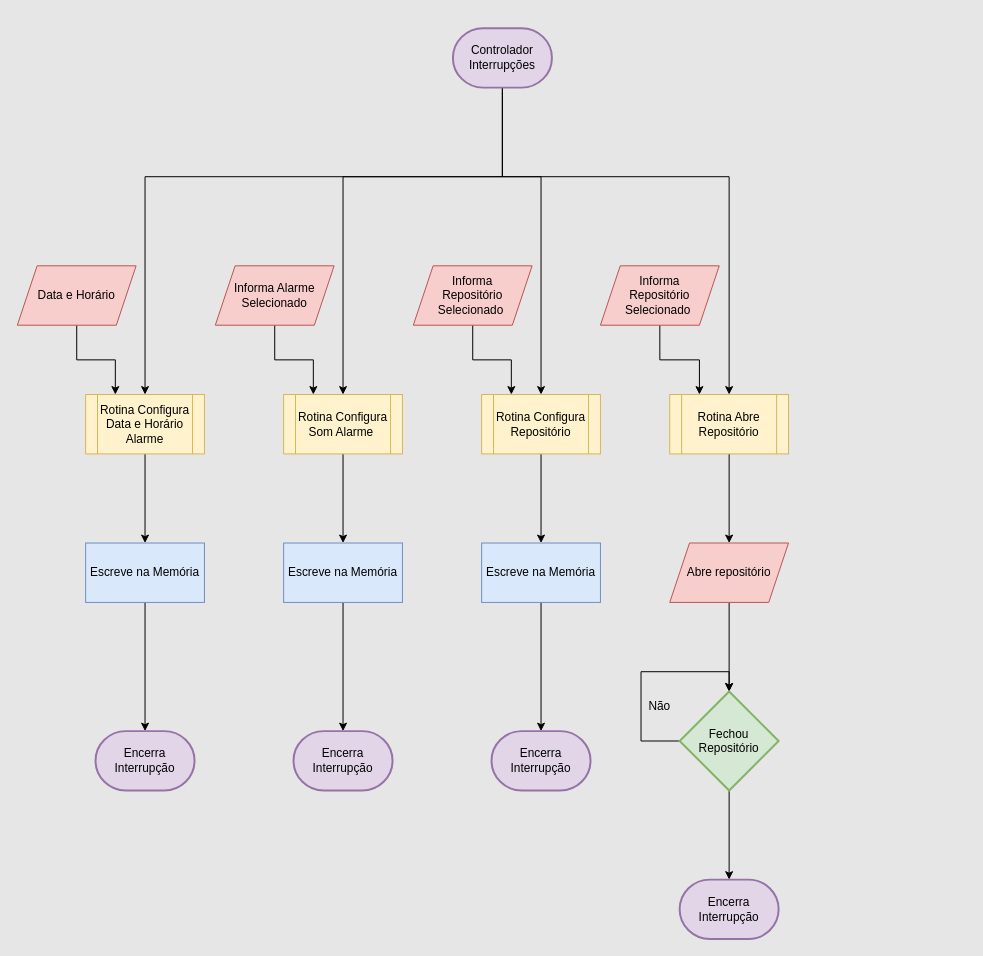
Above: 2022.2/caixaDeRemedio/Configuração_horarioedata_alarme.drawio in vm-bertini/ea075-2023.1 (draw.io), before the change. Source tidied: cells renumbered, new cells numbered last; positions are measured from the earlier drawing's top-left corner, leaving out a move shared by most shapes. Both pictures are drawn from the tidied source at 99%, with x=0, y=0 at pixel (17, 28).
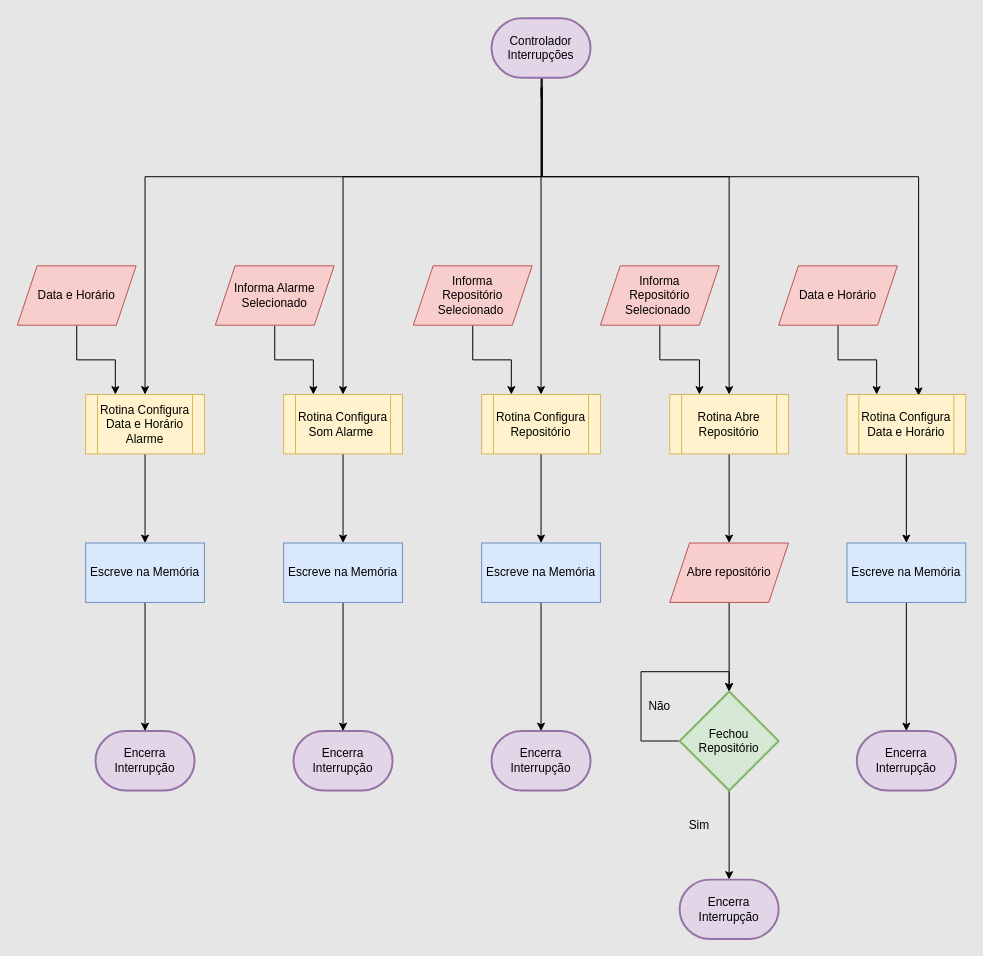
Above is the later version.

Unchanged cells that the change refers to:
```xml
<mxCell id="7" value="Rotina Configura Data e Horário Alarme" style="shape=process;whiteSpace=wrap;html=1;backgroundOutline=1;fillColor=#fff2cc;strokeColor=#d6b656;" parent="1" vertex="1">
  <mxGeometry x="69" y="370" width="120" height="60" as="geometry" />
</mxCell>
<mxCell id="9" value="Rotina Abre Repositório" style="shape=process;whiteSpace=wrap;html=1;backgroundOutline=1;fillColor=#fff2cc;strokeColor=#d6b656;" parent="1" vertex="1">
  <mxGeometry x="659" y="370" width="120" height="60" as="geometry" />
</mxCell>
<mxCell id="11" value="Rotina Configura Repositório" style="shape=process;whiteSpace=wrap;html=1;backgroundOutline=1;fillColor=#fff2cc;strokeColor=#d6b656;" parent="1" vertex="1">
  <mxGeometry x="469" y="370" width="120" height="60" as="geometry" />
</mxCell>
<mxCell id="13" value="Rotina Configura Som Alarme&amp;nbsp;" style="shape=process;whiteSpace=wrap;html=1;backgroundOutline=1;fillColor=#fff2cc;strokeColor=#d6b656;" parent="1" vertex="1">
  <mxGeometry x="269" y="370" width="120" height="60" as="geometry" />
</mxCell>
```

What changed in the source:
```diff
@@
     <mxCell id="2" style="edgeStyle=orthogonalEdgeStyle;rounded=0;jettySize=auto;html=1;exitX=0.5;exitY=1;exitDx=0;exitDy=0;entryX=0.5;entryY=0;entryDx=0;entryDy=0;exitPerimeter=0;" parent="1" edge="1" source="31" target="13">
       <mxGeometry relative="1" as="geometry">
         <Array as="points">
-          <mxPoint x="490" y="150" />
+          <mxPoint x="529" y="150" />
           <mxPoint x="329" y="150" />
         </Array>
       </mxGeometry>
     </mxCell>
     <mxCell id="3" style="edgeStyle=orthogonalEdgeStyle;rounded=0;jettySize=auto;html=1;entryX=0.5;entryY=0;entryDx=0;entryDy=0;" parent="1" edge="1" target="11">
       <mxGeometry relative="1" as="geometry">
-        <mxPoint x="490" y="60" as="sourcePoint" />
+        <mxPoint x="529" y="70" as="sourcePoint" />
         <Array as="points">
-          <mxPoint x="490" y="60" />
-          <mxPoint x="490" y="150" />
+          <mxPoint x="530" y="60" />
+          <mxPoint x="530" y="150" />
           <mxPoint x="529" y="150" />
         </Array>
       </mxGeometry>
     </mxCell>
     <mxCell id="4" style="edgeStyle=orthogonalEdgeStyle;rounded=0;jettySize=auto;html=1;entryX=0.5;entryY=0;entryDx=0;entryDy=0;" parent="1" edge="1" target="9">
       <mxGeometry relative="1" as="geometry">
-        <mxPoint x="490" y="60" as="sourcePoint" />
+        <mxPoint x="530" y="60" as="sourcePoint" />
         <Array as="points">
-          <mxPoint x="490" y="60" />
-          <mxPoint x="490" y="150" />
+          <mxPoint x="530" y="60" />
+          <mxPoint x="530" y="150" />
           <mxPoint x="719" y="150" />
         </Array>
       </mxGeometry>
     </mxCell>
     <mxCell id="5" style="edgeStyle=orthogonalEdgeStyle;rounded=0;jettySize=auto;html=1;exitX=0.5;exitY=1;exitDx=0;exitDy=0;exitPerimeter=0;" parent="1" edge="1" source="31" target="7">
       <mxGeometry relative="1" as="geometry">
         <Array as="points">
-          <mxPoint x="490" y="150" />
+          <mxPoint x="530" y="50" />
+          <mxPoint x="530" y="150" />
           <mxPoint x="129" y="150" />
         </Array>
       </mxGeometry>
     </mxCell>
@@
+    <mxCell id="39" style="edgeStyle=orthogonalEdgeStyle;rounded=0;jettySize=auto;html=1;exitX=0.5;exitY=1;exitDx=0;exitDy=0;exitPerimeter=0;entryX=0.603;entryY=0.023;entryDx=0;entryDy=0;entryPerimeter=0;" parent="1" edge="1" source="31" target="42">
+      <mxGeometry relative="1" as="geometry">
+        <Array as="points">
+          <mxPoint x="530" y="50" />
+          <mxPoint x="530" y="150" />
+          <mxPoint x="910" y="150" />
+        </Array>
+      </mxGeometry>
+    </mxCell>
     <mxCell id="31" value="Controlador Interrupções" style="strokeWidth=2;html=1;shape=mxgraph.flowchart.terminator;whiteSpace=wrap;fillColor=#e1d5e7;strokeColor=#9673a6;" parent="1" vertex="1">
-      <mxGeometry x="440" width="100" height="60" as="geometry" />
+      <mxGeometry x="479" y="-10" width="100" height="60" as="geometry" />
     </mxCell>
@@
+    <mxCell id="40" value="Sim" style="text;html=1;strokeColor=none;fillColor=none;align=center;verticalAlign=middle;whiteSpace=wrap;rounded=0;" parent="1" vertex="1">
+      <mxGeometry x="659" y="790" width="60" height="30" as="geometry" />
+    </mxCell>
+    <mxCell id="41" style="edgeStyle=orthogonalEdgeStyle;rounded=0;jettySize=auto;html=1;exitX=0.5;exitY=1;exitDx=0;exitDy=0;entryX=0.5;entryY=0;entryDx=0;entryDy=0;" parent="1" edge="1" source="42" target="44">
+      <mxGeometry relative="1" as="geometry" />
+    </mxCell>
+    <mxCell id="42" value="Rotina Configura Data e Horário" style="shape=process;whiteSpace=wrap;html=1;backgroundOutline=1;fillColor=#fff2cc;strokeColor=#d6b656;" parent="1" vertex="1">
+      <mxGeometry x="838" y="370" width="120" height="60" as="geometry" />
+    </mxCell>
+    <mxCell id="43" style="edgeStyle=orthogonalEdgeStyle;rounded=0;jettySize=auto;html=1;exitX=0.5;exitY=1;exitDx=0;exitDy=0;" parent="1" edge="1" source="44" target="47">
+      <mxGeometry relative="1" as="geometry" />
+    </mxCell>
+    <mxCell id="44" value="Escreve na Memória" style="rounded=0;whiteSpace=wrap;html=1;fillColor=#dae8fc;strokeColor=#6c8ebf;" parent="1" vertex="1">
+      <mxGeometry x="838" y="520" width="120" height="60" as="geometry" />
+    </mxCell>
+    <mxCell id="45" style="edgeStyle=orthogonalEdgeStyle;rounded=0;jettySize=auto;html=1;entryX=0.25;entryY=0;entryDx=0;entryDy=0;" parent="1" edge="1" source="46" target="42">
+      <mxGeometry relative="1" as="geometry" />
+    </mxCell>
+    <mxCell id="46" value="Data e Horário" style="shape=parallelogram;perimeter=parallelogramPerimeter;whiteSpace=wrap;html=1;fixedSize=1;fillColor=#f8cecc;strokeColor=#b85450;" parent="1" vertex="1">
+      <mxGeometry x="769" y="240" width="120" height="60" as="geometry" />
+    </mxCell>
+    <mxCell id="47" value="Encerra Interrupção" style="strokeWidth=2;html=1;shape=mxgraph.flowchart.terminator;whiteSpace=wrap;fillColor=#e1d5e7;strokeColor=#9673a6;" parent="1" vertex="1">
+      <mxGeometry x="848" y="710" width="100" height="60" as="geometry" />
+    </mxCell>
```
